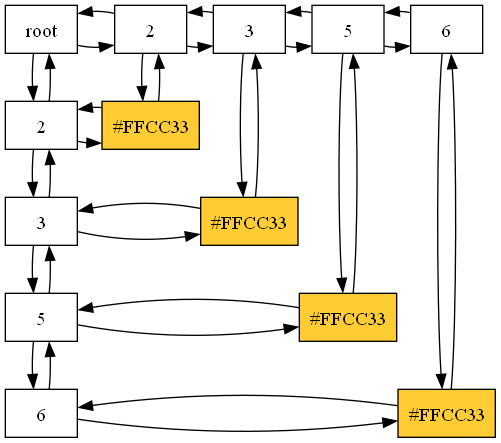
Above: Fase2_EDD/matrix.png in FranklinONP/EDD_PROYECTO_202200089 (Graphviz), before the change. Its source is kept beside it as Fase2_EDD/matrix.dot.
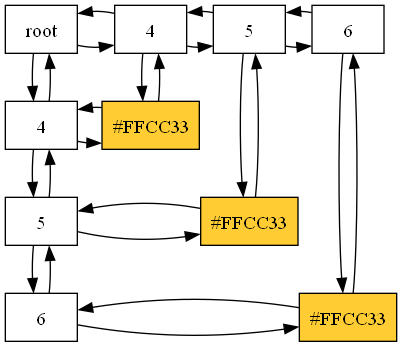
The same file after the commit.

The edit, as a diff of the source:
```diff
@@ -1,20 +1,15 @@
  digraph Matrix {
  node[shape = "box"]
  "Nodo0_0"[label = "root", group="0"]
- "Nodo0_0"->"Nodo3_0"
- "Nodo0_0"->"Nodo3_0"[dir = back]
- "Nodo0_0"->"Nodo0_3"
- "Nodo0_0"->"Nodo0_3"[dir = back]
- "Nodo3_0"[label = "2", group="3"]
- "Nodo3_0"->"Nodo4_0"
- "Nodo3_0"->"Nodo4_0"[dir = back]
- "Nodo3_0"->"Nodo3_3"
- "Nodo3_0"->"Nodo3_3"[dir = back]
- "Nodo4_0"[label = "3", group="4"]
- "Nodo4_0"->"Nodo6_0"
- "Nodo4_0"->"Nodo6_0"[dir = back]
- "Nodo4_0"->"Nodo4_4"
- "Nodo4_0"->"Nodo4_4"[dir = back]
+ "Nodo0_0"->"Nodo5_0"
+ "Nodo0_0"->"Nodo5_0"[dir = back]
+ "Nodo0_0"->"Nodo0_5"
+ "Nodo0_0"->"Nodo0_5"[dir = back]
+ "Nodo5_0"[label = "4", group="5"]
+ "Nodo5_0"->"Nodo6_0"
+ "Nodo5_0"->"Nodo6_0"[dir = back]
+ "Nodo5_0"->"Nodo5_5"
+ "Nodo5_0"->"Nodo5_5"[dir = back]
  "Nodo6_0"[label = "5", group="6"]
  "Nodo6_0"->"Nodo7_0"
  "Nodo6_0"->"Nodo7_0"[dir = back]
@@ -23,21 +18,14 @@
  "Nodo7_0"[label = "6", group="7"]
  "Nodo7_0"->"Nodo7_7"
  "Nodo7_0"->"Nodo7_7"[dir = back]
- {rank=same;"Nodo0_0";"Nodo3_0";"Nodo4_0";"Nodo6_0";"Nodo7_0"}
- "Nodo0_3"[label = "2", group="0"]
- "Nodo0_3"->"Nodo3_3"
- "Nodo0_3"->"Nodo3_3"[dir = back]
- "Nodo0_3"->"Nodo0_4"
- "Nodo0_3"->"Nodo0_4"[dir = back]
- "Nodo3_3"[label = "#FFCC33", style = filled, fillcolor= "#FFCC33" group="3"]
- {rank=same;"Nodo0_3";"Nodo3_3"}
- "Nodo0_4"[label = "3", group="0"]
- "Nodo0_4"->"Nodo4_4"
- "Nodo0_4"->"Nodo4_4"[dir = back]
- "Nodo0_4"->"Nodo0_6"
- "Nodo0_4"->"Nodo0_6"[dir = back]
- "Nodo4_4"[label = "#FFCC33", style = filled, fillcolor= "#FFCC33" group="4"]
- {rank=same;"Nodo0_4";"Nodo4_4"}
+ {rank=same;"Nodo0_0";"Nodo5_0";"Nodo6_0";"Nodo7_0"}
+ "Nodo0_5"[label = "4", group="0"]
+ "Nodo0_5"->"Nodo5_5"
+ "Nodo0_5"->"Nodo5_5"[dir = back]
+ "Nodo0_5"->"Nodo0_6"
+ "Nodo0_5"->"Nodo0_6"[dir = back]
+ "Nodo5_5"[label = "#FFCC33", style = filled, fillcolor= "#FFCC33" group="5"]
+ {rank=same;"Nodo0_5";"Nodo5_5"}
  "Nodo0_6"[label = "5", group="0"]
  "Nodo0_6"->"Nodo6_6"
  "Nodo0_6"->"Nodo6_6"[dir = back]
```
